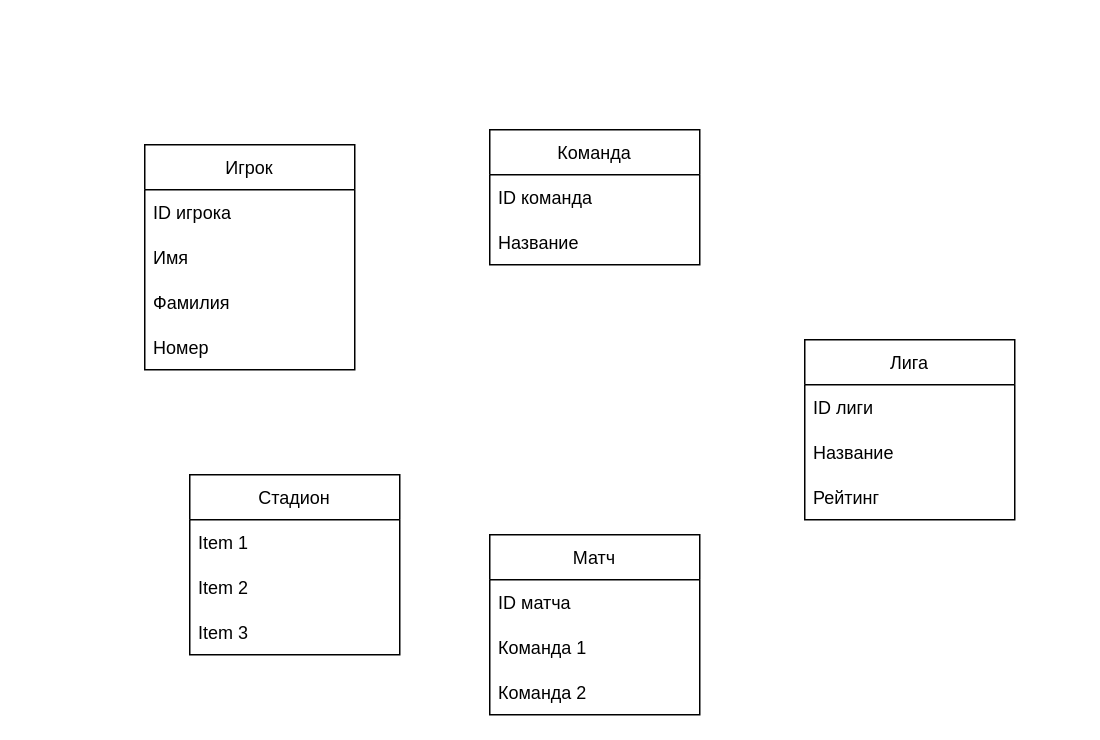
Earlier version of the draw.io diagram Basketball/Untitled Diagram.drawio (netos23/Construction). Source tidied: cells renumbered, new cells numbered last; positions are measured from the earlier drawing's top-left corner, leaving out a move shared by most shapes. Both pictures are drawn from the tidied source at 150%, with x=0, y=0 at pixel (144, 129).
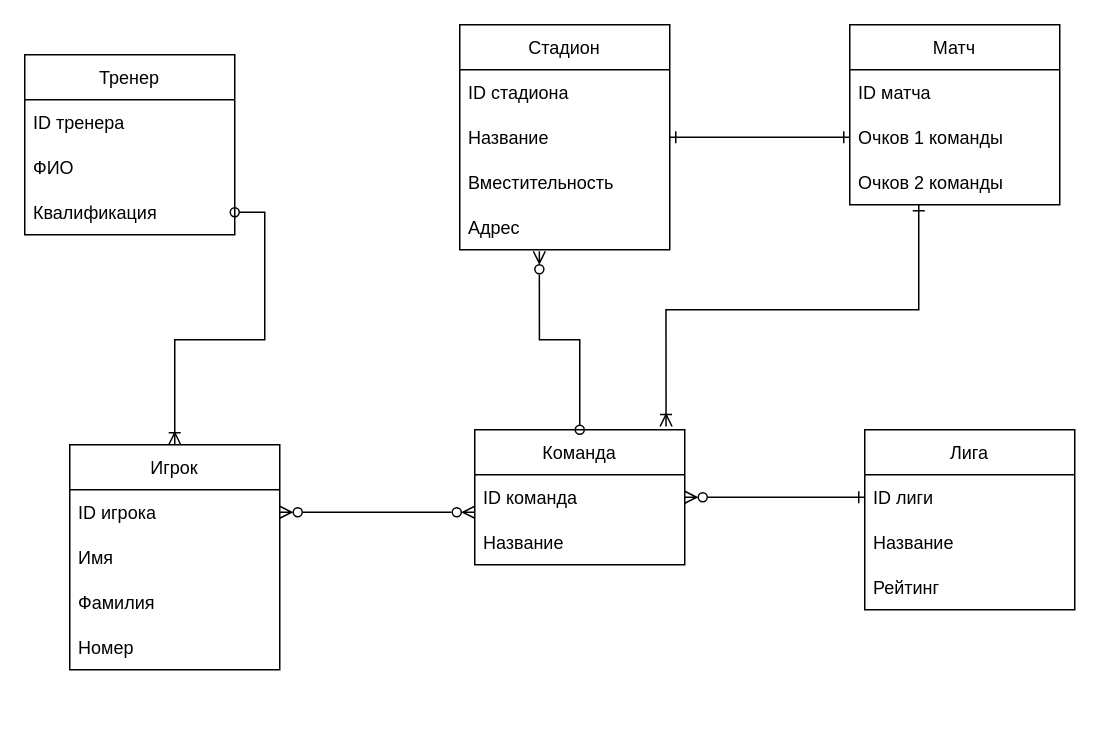
The same page after the edit.

Commit message:
create base interaction

The change refers to these unchanged cells:
```xml
<mxCell id="3" value="ID игрока" style="text;strokeColor=none;fillColor=none;align=left;verticalAlign=middle;spacingLeft=4;spacingRight=4;overflow=hidden;points=[[0,0.5],[1,0.5]];portConstraint=eastwest;" parent="2" vertex="1">
  <mxGeometry y="30" width="140" height="30" as="geometry" />
</mxCell>
<mxCell id="8" value="ID команда" style="text;strokeColor=none;fillColor=none;align=left;verticalAlign=middle;spacingLeft=4;spacingRight=4;overflow=hidden;points=[[0,0.5],[1,0.5]];portConstraint=eastwest;" parent="7" vertex="1">
  <mxGeometry y="30" width="140" height="30" as="geometry" />
</mxCell>
<mxCell id="11" value="ID лиги" style="text;strokeColor=none;fillColor=none;align=left;verticalAlign=middle;spacingLeft=4;spacingRight=4;overflow=hidden;points=[[0,0.5],[1,0.5]];portConstraint=eastwest;" parent="10" vertex="1">
  <mxGeometry y="30" width="140" height="30" as="geometry" />
</mxCell>
```

Change to the diagram source:
```diff
@@
+    <mxCell id="22" style="edgeStyle=orthogonalEdgeStyle;rounded=0;jettySize=auto;html=1;startArrow=ERzeroToMany;startFill=0;endArrow=ERzeroToMany;endFill=0;exitX=1;exitY=0.5;exitDx=0;exitDy=0;" parent="1" edge="1" source="3">
+      <mxGeometry relative="1" as="geometry">
+        <mxPoint x="220" y="255" as="targetPoint" />
+        <Array as="points">
+          <mxPoint x="220" y="255" />
+        </Array>
+      </mxGeometry>
+    </mxCell>
     <mxCell id="2" value="Игрок" style="swimlane;fontStyle=0;horizontal=1;startSize=30;" parent="1" vertex="1">
-      <mxGeometry y="10" width="140" height="150" as="geometry" />
+      <mxGeometry x="-50" y="210" width="140" height="150" as="geometry" />
     </mxCell>
@@
     <mxCell id="7" value="Команда" style="swimlane;fontStyle=0;horizontal=1;startSize=30;" parent="1" vertex="1">
-      <mxGeometry x="230" width="140" height="90" as="geometry" />
+      <mxGeometry x="220" y="200" width="140" height="90" as="geometry" />
     </mxCell>
@@
     <mxCell id="10" value="Лига" style="swimlane;fontStyle=0;horizontal=1;startSize=30;" parent="1" vertex="1">
-      <mxGeometry x="440" y="140" width="140" height="120" as="geometry" />
+      <mxGeometry x="480" y="200" width="140" height="120" as="geometry" />
     </mxCell>
@@
     <mxCell id="14" value="Матч" style="swimlane;fontStyle=0;horizontal=1;startSize=30;" parent="1" vertex="1">
-      <mxGeometry x="230" y="270" width="140" height="120" as="geometry" />
+      <mxGeometry x="470" y="-70" width="140" height="120" as="geometry" />
     </mxCell>
@@
-    <mxCell id="16" value="Команда 1" style="text;strokeColor=none;fillColor=none;align=left;verticalAlign=middle;spacingLeft=4;spacingRight=4;overflow=hidden;" parent="14" vertex="1">
-      <mxGeometry y="60" width="140" height="30" as="geometry" />
-    </mxCell>
-    <mxCell id="17" value="Команда 2" style="text;strokeColor=none;fillColor=none;align=left;verticalAlign=middle;spacingLeft=4;spacingRight=4;overflow=hidden;" parent="14" vertex="1">
-      <mxGeometry y="90" width="140" height="30" as="geometry" />
-    </mxCell>
+    <mxCell id="23" value="Очков 1 команды" style="text;strokeColor=none;fillColor=none;align=left;verticalAlign=middle;spacingLeft=4;spacingRight=4;overflow=hidden;points=[[0,0.5],[1,0.5]];portConstraint=eastwest;" parent="14" vertex="1">
+      <mxGeometry y="60" width="140" height="30" as="geometry" />
+    </mxCell>
+    <mxCell id="24" value="Очков 2 команды" style="text;strokeColor=none;fillColor=none;align=left;verticalAlign=middle;spacingLeft=4;spacingRight=4;overflow=hidden;points=[[0,0.5],[1,0.5]];portConstraint=eastwest;" parent="14" vertex="1">
+      <mxGeometry y="90" width="140" height="30" as="geometry" />
+    </mxCell>
     <mxCell id="18" value="Стадион" style="swimlane;fontStyle=0;horizontal=1;startSize=30;" parent="1" vertex="1">
-      <mxGeometry x="30" y="230" width="140" height="120" as="geometry" />
+      <mxGeometry x="210" y="-70" width="140" height="150" as="geometry" />
     </mxCell>
-    <mxCell id="19" value="Item 1" style="text;strokeColor=none;fillColor=none;align=left;verticalAlign=middle;spacingLeft=4;spacingRight=4;overflow=hidden;" parent="18" vertex="1">
+    <mxCell id="19" value="ID стадиона" style="text;strokeColor=none;fillColor=none;align=left;verticalAlign=middle;spacingLeft=4;spacingRight=4;overflow=hidden;" parent="18" vertex="1">
       <mxGeometry y="30" width="140" height="30" as="geometry" />
     </mxCell>
-    <mxCell id="20" value="Item 2" style="text;strokeColor=none;fillColor=none;align=left;verticalAlign=middle;spacingLeft=4;spacingRight=4;overflow=hidden;points=[[0,0.5],[1,0.5]];portConstraint=eastwest;" parent="18" vertex="1">
+    <mxCell id="20" value="Название" style="text;strokeColor=none;fillColor=none;align=left;verticalAlign=middle;spacingLeft=4;spacingRight=4;overflow=hidden;points=[[0,0.5],[1,0.5]];portConstraint=eastwest;" parent="18" vertex="1">
       <mxGeometry y="60" width="140" height="30" as="geometry" />
     </mxCell>
-    <mxCell id="21" value="Item 3" style="text;strokeColor=none;fillColor=none;align=left;verticalAlign=middle;spacingLeft=4;spacingRight=4;overflow=hidden;" parent="18" vertex="1">
+    <mxCell id="21" value="Вместительность" style="text;strokeColor=none;fillColor=none;align=left;verticalAlign=middle;spacingLeft=4;spacingRight=4;overflow=hidden;" parent="18" vertex="1">
       <mxGeometry y="90" width="140" height="30" as="geometry" />
     </mxCell>
+    <mxCell id="25" value="Адрес" style="text;strokeColor=none;fillColor=none;align=left;verticalAlign=middle;spacingLeft=4;spacingRight=4;overflow=hidden;points=[[0,0.5],[1,0.5]];portConstraint=eastwest;" parent="18" vertex="1">
+      <mxGeometry y="120" width="140" height="30" as="geometry" />
+    </mxCell>
+    <mxCell id="26" style="edgeStyle=orthogonalEdgeStyle;rounded=0;jettySize=auto;html=1;entryX=0;entryY=0.5;entryDx=0;entryDy=0;startArrow=ERzeroToMany;startFill=0;endArrow=ERone;endFill=0;" parent="1" edge="1" source="8" target="11">
+      <mxGeometry relative="1" as="geometry" />
+    </mxCell>
+    <mxCell id="27" style="edgeStyle=orthogonalEdgeStyle;rounded=0;jettySize=auto;html=1;startArrow=ERoneToMany;startFill=0;endArrow=ERone;endFill=0;exitX=0.911;exitY=-0.024;exitDx=0;exitDy=0;exitPerimeter=0;" parent="1" edge="1" source="7" target="24">
+      <mxGeometry relative="1" as="geometry">
+        <Array as="points">
+          <mxPoint x="348" y="120" />
+          <mxPoint x="516" y="120" />
+        </Array>
+      </mxGeometry>
+    </mxCell>
+    <mxCell id="28" style="edgeStyle=orthogonalEdgeStyle;rounded=0;jettySize=auto;html=1;startArrow=ERone;startFill=0;endArrow=ERone;endFill=0;" parent="1" edge="1" source="20" target="23">
+      <mxGeometry relative="1" as="geometry" />
+    </mxCell>
+    <mxCell id="29" style="edgeStyle=orthogonalEdgeStyle;rounded=0;jettySize=auto;html=1;startArrow=ERzeroToMany;startFill=0;endArrow=oval;endFill=0;exitX=0.379;exitY=1.033;exitDx=0;exitDy=0;exitPerimeter=0;" parent="1" edge="1" source="25" target="7">
+      <mxGeometry relative="1" as="geometry" />
+    </mxCell>
+    <mxCell id="30" style="edgeStyle=orthogonalEdgeStyle;rounded=0;jettySize=auto;html=1;startArrow=oval;startFill=0;endArrow=ERoneToMany;endFill=0;entryX=0.5;entryY=0;entryDx=0;entryDy=0;" parent="1" edge="1" source="34" target="2">
+      <mxGeometry relative="1" as="geometry" />
+    </mxCell>
+    <mxCell id="31" value="Тренер" style="swimlane;fontStyle=0;horizontal=1;startSize=30;" parent="1" vertex="1">
+      <mxGeometry x="-80" y="-50" width="140" height="120" as="geometry" />
+    </mxCell>
+    <mxCell id="32" value="ID тренера" style="text;strokeColor=none;fillColor=none;align=left;verticalAlign=middle;spacingLeft=4;spacingRight=4;overflow=hidden;" parent="31" vertex="1">
+      <mxGeometry y="30" width="140" height="30" as="geometry" />
+    </mxCell>
+    <mxCell id="33" value="ФИО" style="text;strokeColor=none;fillColor=none;align=left;verticalAlign=middle;spacingLeft=4;spacingRight=4;overflow=hidden;" parent="31" vertex="1">
+      <mxGeometry y="60" width="140" height="30" as="geometry" />
+    </mxCell>
+    <mxCell id="34" value="Квалификация" style="text;strokeColor=none;fillColor=none;align=left;verticalAlign=middle;spacingLeft=4;spacingRight=4;overflow=hidden;points=[[0,0.5],[1,0.5]];portConstraint=eastwest;" parent="31" vertex="1">
+      <mxGeometry y="90" width="140" height="30" as="geometry" />
+    </mxCell>
```
